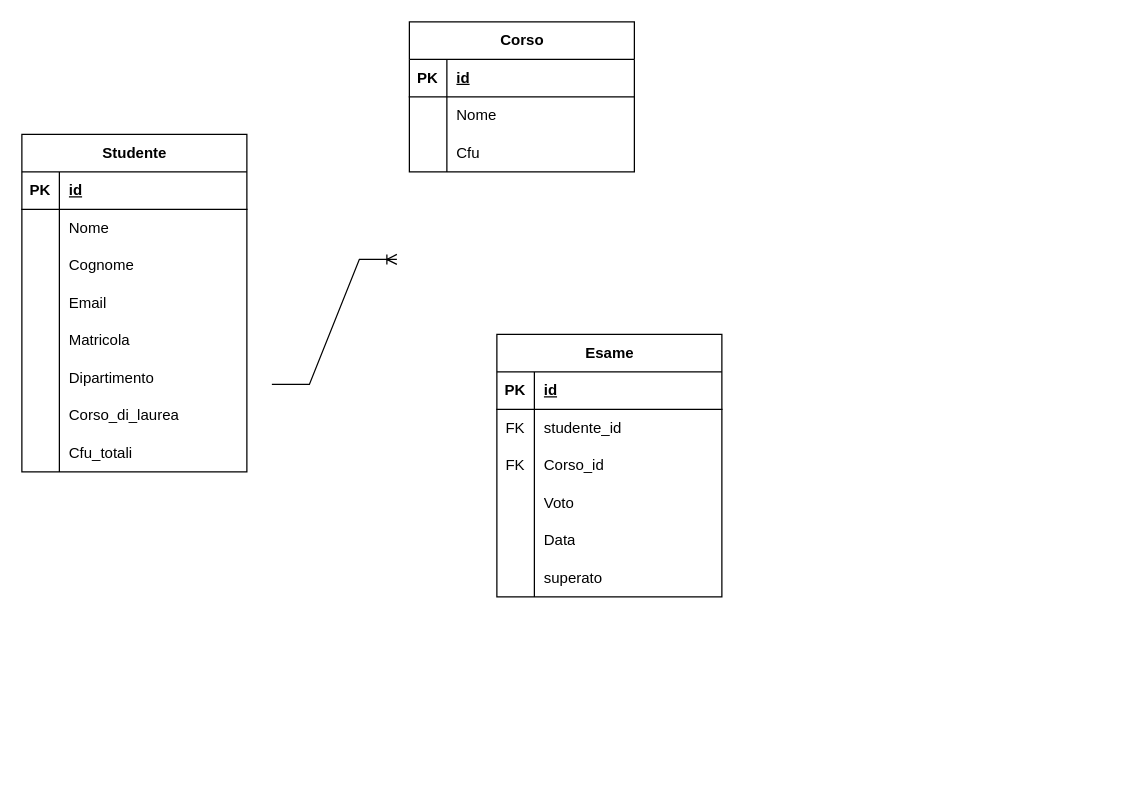
Earlier version of the draw.io diagram Universita/doc/Diagramma senza titolo.drawio (ZetaTeo/ProgettoR_Universita). Source tidied: cells renumbered, new cells numbered last; positions are measured from the earlier drawing's top-left corner, leaving out a move shared by most shapes. Both pictures are drawn from the tidied source at 125%, with x=0, y=0 at pixel (21, 21).
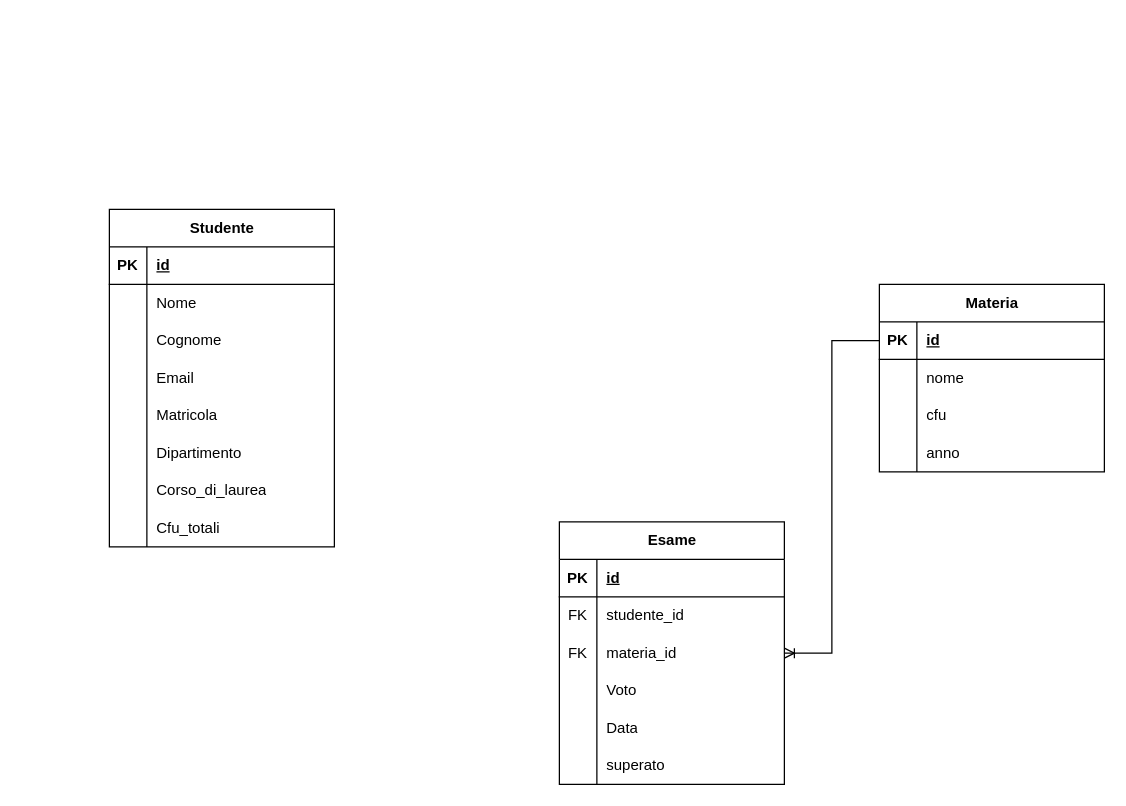
Above is the later version.

Unchanged cells that the change refers to:
```xml
<mxCell id="34" style="shape=tableRow;horizontal=0;startSize=0;swimlaneHead=0;swimlaneBody=0;fillColor=none;points=[[0,0.5],[1,0.5]];portConstraint=eastwest;top=0;left=0;right=0;bottom=0;" parent="27" vertex="1">
  <mxGeometry y="90" width="180" height="30" as="geometry" />
</mxCell>
```

Diff of the diagram source:
```diff
@@
     <mxCell id="2" value="Studente" style="shape=table;startSize=30;childLayout=tableLayout;rowLines=0;fontStyle=1;align=center;html=1;" parent="1" vertex="1">
-      <mxGeometry y="90" width="180" height="270" as="geometry" />
+      <mxGeometry x="70" y="150" width="180" height="270" as="geometry" />
     </mxCell>
@@
     <mxCell id="27" value="Esame" style="shape=table;startSize=30;childLayout=tableLayout;rowLines=0;fontStyle=1;align=center;html=1;" parent="1" vertex="1">
-      <mxGeometry x="380" y="250" width="180" height="210" as="geometry" />
+      <mxGeometry x="430" y="400" width="180" height="210" as="geometry" />
     </mxCell>
@@
-    <mxCell id="36" value="Corso_id" style="shape=partialRectangle;fillColor=none;top=0;left=0;bottom=0;right=0;align=left;spacingLeft=6;overflow=hidden;whiteSpace=wrap;html=1;" parent="34" vertex="1">
+    <mxCell id="36" value="materia_id" style="shape=partialRectangle;fillColor=none;top=0;left=0;bottom=0;right=0;align=left;spacingLeft=6;overflow=hidden;whiteSpace=wrap;html=1;" parent="34" vertex="1">
       <mxGeometry x="30" width="150" height="30" as="geometry" />
     </mxCell>
@@
-    <mxCell id="46" value="Corso" style="shape=table;startSize=30;childLayout=tableLayout;rowLines=0;fontStyle=1;align=center;html=1;" parent="1" vertex="1">
-      <mxGeometry x="310" width="180" height="120" as="geometry" />
-    </mxCell>
+    <mxCell id="57" value="Materia" style="shape=table;startSize=30;childLayout=tableLayout;rowLines=0;fontStyle=1;align=center;html=1;" parent="1" vertex="1">
+      <mxGeometry x="686" y="210" width="180" height="150" as="geometry" />
+    </mxCell>
-    <mxCell id="47" style="shape=tableRow;horizontal=0;startSize=0;swimlaneHead=0;swimlaneBody=0;fillColor=none;points=[[0,0.5],[1,0.5]];portConstraint=eastwest;top=0;left=0;right=0;bottom=1;" parent="46" vertex="1">
+    <mxCell id="47" style="shape=tableRow;horizontal=0;startSize=0;swimlaneHead=0;swimlaneBody=0;fillColor=none;points=[[0,0.5],[1,0.5]];portConstraint=eastwest;top=0;left=0;right=0;bottom=1;" parent="57" vertex="1">
       <mxGeometry y="30" width="180" height="30" as="geometry" />
     </mxCell>
@@
-    <mxCell id="50" style="shape=tableRow;horizontal=0;startSize=0;swimlaneHead=0;swimlaneBody=0;fillColor=none;top=0;left=0;right=0;bottom=0;" parent="46" vertex="1">
+    <mxCell id="50" style="shape=tableRow;horizontal=0;startSize=0;swimlaneHead=0;swimlaneBody=0;fillColor=none;top=0;left=0;right=0;bottom=0;" parent="57" vertex="1">
       <mxGeometry y="60" width="180" height="30" as="geometry" />
     </mxCell>
-    <mxCell id="51" style="shape=partialRectangle;fillColor=none;top=0;left=0;bottom=0;right=0;overflow=hidden;whiteSpace=wrap;html=1;" parent="50" vertex="1">
-      <mxGeometry width="30" height="30" as="geometry" />
-    </mxCell>
-    <mxCell id="52" value="Nome" style="shape=partialRectangle;fillColor=none;top=0;left=0;bottom=0;right=0;align=left;spacingLeft=6;overflow=hidden;whiteSpace=wrap;html=1;" parent="50" vertex="1">
-      <mxGeometry x="30" width="150" height="30" as="geometry" />
-    </mxCell>
+    <mxCell id="58" style="shape=partialRectangle;fillColor=none;top=0;left=0;bottom=0;right=0;overflow=hidden;whiteSpace=wrap;html=1;" parent="50" vertex="1">
+      <mxGeometry width="30" height="30" as="geometry" />
+    </mxCell>
+    <mxCell id="59" value="nome" style="shape=partialRectangle;fillColor=none;top=0;left=0;bottom=0;right=0;align=left;spacingLeft=6;overflow=hidden;whiteSpace=wrap;html=1;" parent="50" vertex="1">
+      <mxGeometry x="30" width="150" height="30" as="geometry" />
+    </mxCell>
-    <mxCell id="53" style="shape=tableRow;horizontal=0;startSize=0;swimlaneHead=0;swimlaneBody=0;fillColor=none;top=0;left=0;right=0;bottom=0;" parent="46" vertex="1">
+    <mxCell id="53" style="shape=tableRow;horizontal=0;startSize=0;swimlaneHead=0;swimlaneBody=0;fillColor=none;top=0;left=0;right=0;bottom=0;" parent="57" vertex="1">
       <mxGeometry y="90" width="180" height="30" as="geometry" />
     </mxCell>
-    <mxCell id="54" style="shape=partialRectangle;fillColor=none;top=0;left=0;bottom=0;right=0;overflow=hidden;whiteSpace=wrap;html=1;" parent="53" vertex="1">
-      <mxGeometry width="30" height="30" as="geometry" />
-    </mxCell>
-    <mxCell id="55" value="Cfu" style="shape=partialRectangle;fillColor=none;top=0;left=0;bottom=0;right=0;align=left;spacingLeft=6;overflow=hidden;whiteSpace=wrap;html=1;" parent="53" vertex="1">
-      <mxGeometry x="30" width="150" height="30" as="geometry" />
-    </mxCell>
-    <mxCell id="56" style="edgeStyle=entityRelationEdgeStyle;fontSize=12;html=1;endArrow=ERoneToMany;rounded=0;" parent="1" edge="1">
-      <mxGeometry relative="1" as="geometry">
-        <mxPoint x="200" y="290" as="sourcePoint" />
-        <mxPoint x="300" y="190" as="targetPoint" />
-        <Array as="points">
-          <mxPoint x="250" y="230" />
-        </Array>
-      </mxGeometry>
-    </mxCell>
+    <mxCell id="60" style="shape=partialRectangle;fillColor=none;top=0;left=0;bottom=0;right=0;overflow=hidden;whiteSpace=wrap;html=1;" parent="53" vertex="1">
+      <mxGeometry width="30" height="30" as="geometry" />
+    </mxCell>
+    <mxCell id="61" value="cfu" style="shape=partialRectangle;fillColor=none;top=0;left=0;bottom=0;right=0;align=left;spacingLeft=6;overflow=hidden;whiteSpace=wrap;html=1;" parent="53" vertex="1">
+      <mxGeometry x="30" width="150" height="30" as="geometry" />
+    </mxCell>
+    <mxCell id="62" style="shape=tableRow;horizontal=0;startSize=0;swimlaneHead=0;swimlaneBody=0;fillColor=none;top=0;left=0;right=0;bottom=0;" parent="57" vertex="1">
+      <mxGeometry y="120" width="180" height="30" as="geometry" />
+    </mxCell>
+    <mxCell id="63" style="shape=partialRectangle;fillColor=none;top=0;left=0;bottom=0;right=0;overflow=hidden;whiteSpace=wrap;html=1;" parent="62" vertex="1">
+      <mxGeometry width="30" height="30" as="geometry" />
+    </mxCell>
+    <mxCell id="64" value="anno" style="shape=partialRectangle;fillColor=none;top=0;left=0;bottom=0;right=0;align=left;spacingLeft=6;overflow=hidden;whiteSpace=wrap;html=1;" parent="62" vertex="1">
+      <mxGeometry x="30" width="150" height="30" as="geometry" />
+    </mxCell>
+    <mxCell id="65" style="fontSize=12;html=1;endArrow=ERoneToMany;rounded=0;edgeStyle=orthogonalEdgeStyle;exitX=0;exitY=0.5;exitDx=0;exitDy=0;entryX=1;entryY=0.5;entryDx=0;entryDy=0;" parent="1" edge="1" source="47" target="34">
+      <mxGeometry relative="1" as="geometry" />
+    </mxCell>
```
